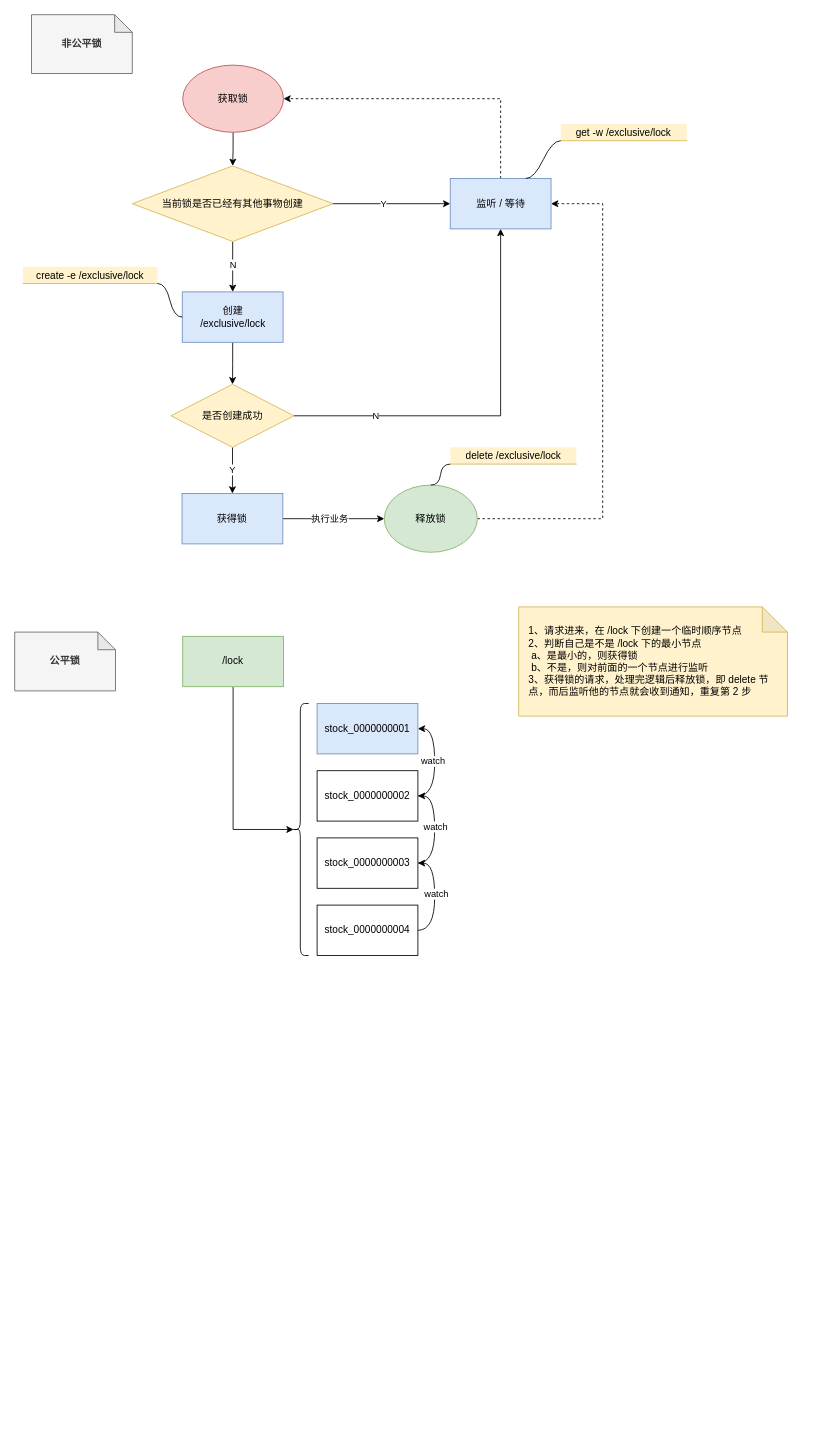
Before: zookeeper/zookeeper-lock.drawio in thebesteric/draw.io, a draw.io diagram. Source tidied: cells renumbered, new cells numbered last; positions are measured from the earlier drawing's top-left corner, leaving out a move shared by most shapes. Both pictures are drawn from the tidied source at 84%, with x=0, y=0 at pixel (14, 14).
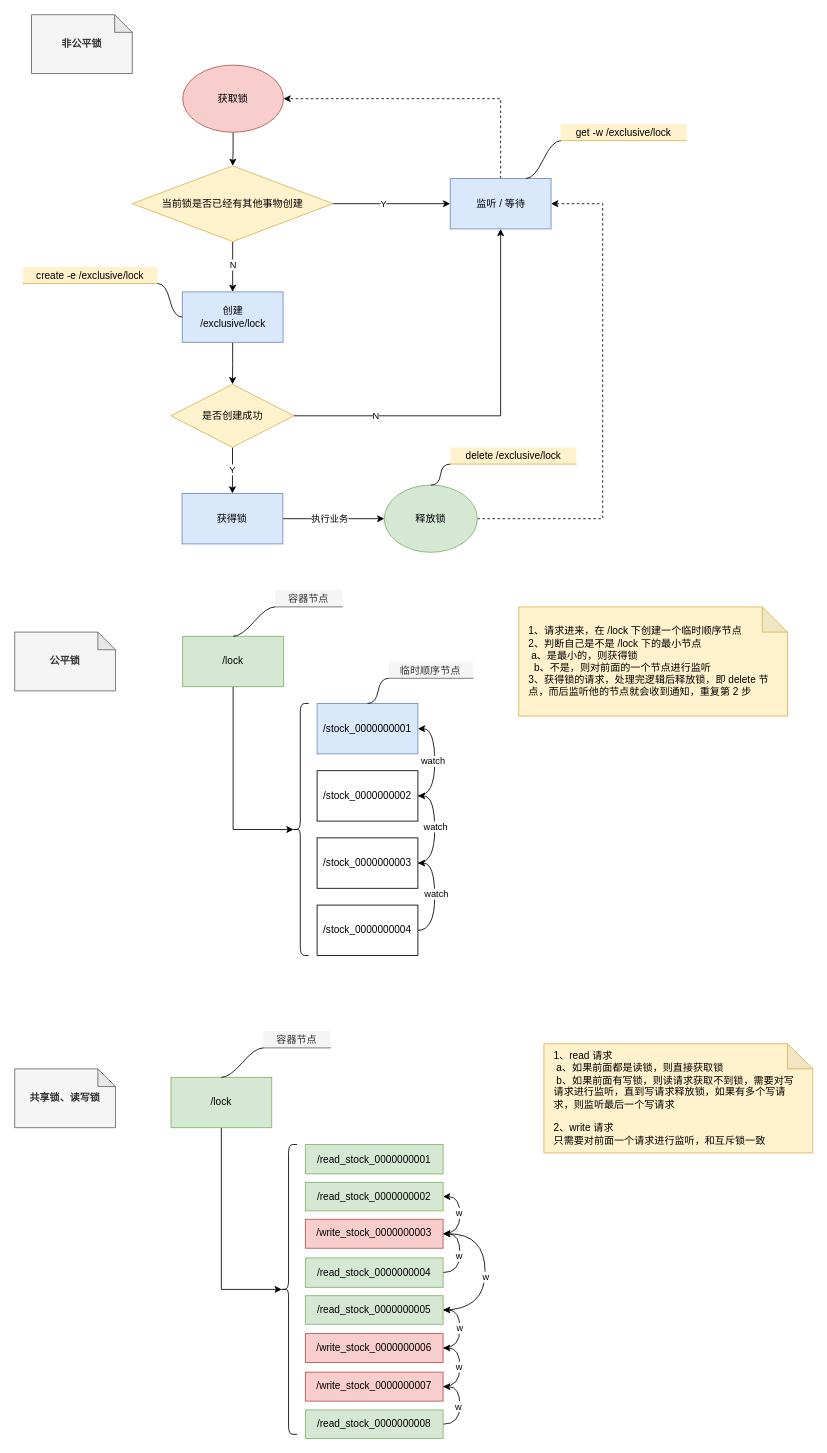
After the change.

Unchanged cells that the change refers to:
```xml
<mxCell id="31" value="/lock" style="rounded=0;whiteSpace=wrap;html=1;fillColor=#d5e8d4;strokeColor=#82b366;" parent="1" vertex="1">
  <mxGeometry x="200" y="740" width="120" height="60" as="geometry" />
</mxCell>
```

Diff of the diagram source:
```diff
@@
-    <mxCell id="32" value="stock_0000000001" style="rounded=0;whiteSpace=wrap;html=1;fillColor=#dae8fc;strokeColor=#6c8ebf;" parent="1" vertex="1">
+    <mxCell id="32" value="/stock_0000000001" style="rounded=0;whiteSpace=wrap;html=1;fillColor=#dae8fc;strokeColor=#6c8ebf;" parent="1" vertex="1">
       <mxGeometry x="360" y="820" width="120" height="60" as="geometry" />
     </mxCell>
@@
-    <mxCell id="35" value="stock_0000000002" style="rounded=0;whiteSpace=wrap;html=1;" parent="1" vertex="1">
+    <mxCell id="35" value="/stock_0000000002" style="rounded=0;whiteSpace=wrap;html=1;" parent="1" vertex="1">
       <mxGeometry x="360" y="900" width="120" height="60" as="geometry" />
     </mxCell>
@@
-    <mxCell id="38" value="stock_0000000003" style="rounded=0;whiteSpace=wrap;html=1;" parent="1" vertex="1">
+    <mxCell id="38" value="/stock_0000000003" style="rounded=0;whiteSpace=wrap;html=1;" parent="1" vertex="1">
       <mxGeometry x="360" y="980" width="120" height="60" as="geometry" />
     </mxCell>
@@
-    <mxCell id="41" value="stock_0000000004" style="rounded=0;whiteSpace=wrap;html=1;" parent="1" vertex="1">
+    <mxCell id="41" value="/stock_0000000004" style="rounded=0;whiteSpace=wrap;html=1;" parent="1" vertex="1">
       <mxGeometry x="360" y="1060" width="120" height="60" as="geometry" />
     </mxCell>
@@
-    <mxCell id="43" value="1、请求进来，在 /lock 下创建一个临时顺序节点&lt;br&gt;2、判断自己是不是 /lock 下的最小节点&lt;br&gt;&lt;span style=&quot;white-space: pre&quot;&gt; &lt;/span&gt;a、是最小的，则获得锁&lt;br&gt;&lt;span style=&quot;white-space: pre&quot;&gt; &lt;/span&gt;b、不是，则对前面的一个节点进行监听&lt;br&gt;3、获得锁的请求，处理完逻辑后释放锁，即 delete 节点，而后监听他的节点就会收到通知，重复第 2 步" style="shape=note;whiteSpace=wrap;html=1;backgroundOutline=1;darkOpacity=0.05;fillColor=#fff2cc;strokeColor=#d6b656;align=left;spacing=12;" parent="1" vertex="1">
+    <mxCell id="43" value="1、请求进来，在 /lock 下创建一个临时顺序节点&lt;br&gt;2、判断自己是不是 /lock 下的最小节点&lt;br&gt;&lt;span style=&quot;white-space: pre&quot;&gt; &lt;/span&gt;a、是最小的，则获得锁&lt;br&gt;&lt;span style=&quot;white-space: pre&quot;&gt; &lt;span style=&quot;white-space: pre&quot;&gt; &lt;/span&gt;&lt;/span&gt;b、不是，则对前面的一个节点进行监听&lt;br&gt;3、获得锁的请求，处理完逻辑后释放锁，即 delete 节点，而后监听他的节点就会收到通知，重复第 2 步" style="shape=note;whiteSpace=wrap;html=1;backgroundOutline=1;darkOpacity=0.05;fillColor=#fff2cc;strokeColor=#d6b656;align=left;spacing=12;" parent="1" vertex="1">
       <mxGeometry x="600" y="705" width="320" height="130" as="geometry" />
     </mxCell>
@@
+    <mxCell id="45" value="容器节点" style="whiteSpace=wrap;html=1;shape=partialRectangle;top=0;left=0;bottom=1;right=0;points=[[0,1],[1,1]];fillColor=#f5f5f5;align=center;verticalAlign=bottom;routingCenterY=0.5;snapToPoint=1;newEdgeStyle={&quot;edgeStyle&quot;:&quot;entityRelationEdgeStyle&quot;,&quot;startArrow&quot;:&quot;none&quot;,&quot;endArrow&quot;:&quot;none&quot;,&quot;segment&quot;:10,&quot;curved&quot;:1};fontColor=#333333;strokeColor=#666666;" parent="1" vertex="1">
+      <mxGeometry x="310" y="685" width="80" height="20" as="geometry" />
+    </mxCell>
+    <mxCell id="46" style="edgeStyle=entityRelationEdgeStyle;startArrow=none;endArrow=none;segment=10;curved=1;rounded=0;fontColor=#000000;exitX=0.5;exitY=0;exitDx=0;exitDy=0;" parent="1" edge="1" source="31" target="45">
+      <mxGeometry relative="1" as="geometry" />
+    </mxCell>
+    <mxCell id="47" value="临时顺序节点" style="whiteSpace=wrap;html=1;shape=partialRectangle;top=0;left=0;bottom=1;right=0;points=[[0,1],[1,1]];fillColor=#f5f5f5;align=center;verticalAlign=bottom;routingCenterY=0.5;snapToPoint=1;newEdgeStyle={&quot;edgeStyle&quot;:&quot;entityRelationEdgeStyle&quot;,&quot;startArrow&quot;:&quot;none&quot;,&quot;endArrow&quot;:&quot;none&quot;,&quot;segment&quot;:10,&quot;curved&quot;:1};fontColor=#333333;strokeColor=#666666;" parent="1" vertex="1">
+      <mxGeometry x="445.4" y="770" width="100" height="20" as="geometry" />
+    </mxCell>
+    <mxCell id="48" style="edgeStyle=entityRelationEdgeStyle;startArrow=none;endArrow=none;segment=10;curved=1;rounded=0;fontColor=#000000;exitX=0.5;exitY=0;exitDx=0;exitDy=0;" parent="1" edge="1" source="32" target="47">
+      <mxGeometry relative="1" as="geometry" />
+    </mxCell>
+    <mxCell id="49" style="edgeStyle=orthogonalEdgeStyle;rounded=0;jettySize=auto;html=1;exitX=0.5;exitY=1;exitDx=0;exitDy=0;entryX=0.1;entryY=0.5;entryDx=0;entryDy=0;entryPerimeter=0;" parent="1" edge="1" source="50" target="52">
+      <mxGeometry relative="1" as="geometry">
+        <Array as="points">
+          <mxPoint x="246" y="1518" />
+        </Array>
+      </mxGeometry>
+    </mxCell>
+    <mxCell id="50" value="/lock" style="rounded=0;whiteSpace=wrap;html=1;fillColor=#d5e8d4;strokeColor=#82b366;" parent="1" vertex="1">
+      <mxGeometry x="186" y="1265" width="120" height="60" as="geometry" />
+    </mxCell>
+    <mxCell id="51" value="/read_stock_0000000001" style="rounded=0;whiteSpace=wrap;html=1;fillColor=#d5e8d4;strokeColor=#82b366;" parent="1" vertex="1">
+      <mxGeometry x="346" y="1345" width="164" height="35" as="geometry" />
+    </mxCell>
+    <mxCell id="52" style="shape=curlyBracket;whiteSpace=wrap;html=1;rounded=1;" parent="1" vertex="1">
+      <mxGeometry x="316" y="1345" width="20" height="345" as="geometry" />
+    </mxCell>
+    <mxCell id="53" value="容器节点" style="whiteSpace=wrap;html=1;shape=partialRectangle;top=0;left=0;bottom=1;right=0;points=[[0,1],[1,1]];fillColor=#f5f5f5;align=center;verticalAlign=bottom;routingCenterY=0.5;snapToPoint=1;newEdgeStyle={&quot;edgeStyle&quot;:&quot;entityRelationEdgeStyle&quot;,&quot;startArrow&quot;:&quot;none&quot;,&quot;endArrow&quot;:&quot;none&quot;,&quot;segment&quot;:10,&quot;curved&quot;:1};fontColor=#333333;strokeColor=#666666;" parent="1" vertex="1">
+      <mxGeometry x="296" y="1210" width="80" height="20" as="geometry" />
+    </mxCell>
+    <mxCell id="54" style="edgeStyle=entityRelationEdgeStyle;startArrow=none;endArrow=none;segment=10;curved=1;rounded=0;fontColor=#000000;exitX=0.5;exitY=0;exitDx=0;exitDy=0;" parent="1" edge="1" source="50" target="53">
+      <mxGeometry relative="1" as="geometry" />
+    </mxCell>
+    <mxCell id="55" value="共享锁、读写锁" style="shape=note;whiteSpace=wrap;html=1;backgroundOutline=1;darkOpacity=0.05;size=21;fillColor=#f5f5f5;fontColor=#333333;strokeColor=#666666;fontStyle=1;" parent="1" vertex="1">
+      <mxGeometry y="1255" width="120" height="70" as="geometry" />
+    </mxCell>
+    <mxCell id="56" value="/read_stock_0000000002" style="rounded=0;whiteSpace=wrap;html=1;fillColor=#d5e8d4;strokeColor=#82b366;" parent="1" vertex="1">
+      <mxGeometry x="346" y="1390" width="164" height="34" as="geometry" />
+    </mxCell>
+    <mxCell id="57" style="edgeStyle=orthogonalEdgeStyle;curved=1;rounded=0;jettySize=auto;html=1;exitX=1;exitY=0.5;exitDx=0;exitDy=0;entryX=1;entryY=0.5;entryDx=0;entryDy=0;" parent="1" edge="1" source="59" target="56">
+      <mxGeometry relative="1" as="geometry" />
+    </mxCell>
+    <mxCell id="58" value="w" style="edgeLabel;html=1;align=center;verticalAlign=middle;" parent="57" vertex="1">
+      <mxGeometry x="0.07" y="2" relative="1" as="geometry" />
+    </mxCell>
+    <mxCell id="59" value="/write_stock_0000000003" style="rounded=0;whiteSpace=wrap;html=1;fillColor=#f8cecc;strokeColor=#b85450;" parent="1" vertex="1">
+      <mxGeometry x="346" y="1434" width="164" height="34.5" as="geometry" />
+    </mxCell>
+    <mxCell id="60" style="edgeStyle=orthogonalEdgeStyle;curved=1;rounded=0;jettySize=auto;html=1;exitX=1;exitY=0.5;exitDx=0;exitDy=0;entryX=1;entryY=0.5;entryDx=0;entryDy=0;" parent="1" edge="1" source="62" target="59">
+      <mxGeometry relative="1" as="geometry" />
+    </mxCell>
+    <mxCell id="61" value="w" style="edgeLabel;html=1;align=center;verticalAlign=middle;" parent="60" vertex="1">
+      <mxGeometry x="-0.04" y="2" relative="1" as="geometry">
+        <mxPoint y="1" as="offset" />
+      </mxGeometry>
+    </mxCell>
+    <mxCell id="62" value="/read_stock_0000000004" style="rounded=0;whiteSpace=wrap;html=1;fillColor=#d5e8d4;strokeColor=#82b366;" parent="1" vertex="1">
+      <mxGeometry x="346" y="1480" width="164" height="35" as="geometry" />
+    </mxCell>
+    <mxCell id="63" style="edgeStyle=orthogonalEdgeStyle;curved=1;rounded=0;jettySize=auto;html=1;exitX=1;exitY=0.5;exitDx=0;exitDy=0;entryX=1;entryY=0.5;entryDx=0;entryDy=0;" parent="1" edge="1" source="65" target="59">
+      <mxGeometry relative="1" as="geometry">
+        <Array as="points">
+          <mxPoint x="560" y="1542" />
+          <mxPoint x="560" y="1451" />
+        </Array>
+      </mxGeometry>
+    </mxCell>
+    <mxCell id="64" value="w" style="edgeLabel;html=1;align=center;verticalAlign=middle;" parent="63" vertex="1">
+      <mxGeometry x="-0.06" relative="1" as="geometry" />
+    </mxCell>
+    <mxCell id="65" value="/read_stock_0000000005" style="rounded=0;whiteSpace=wrap;html=1;fillColor=#d5e8d4;strokeColor=#82b366;" parent="1" vertex="1">
+      <mxGeometry x="346" y="1525" width="164" height="34" as="geometry" />
+    </mxCell>
+    <mxCell id="66" style="edgeStyle=orthogonalEdgeStyle;curved=1;rounded=0;jettySize=auto;html=1;exitX=1;exitY=0.5;exitDx=0;exitDy=0;entryX=1;entryY=0.5;entryDx=0;entryDy=0;" parent="1" edge="1" source="68" target="65">
+      <mxGeometry relative="1" as="geometry" />
+    </mxCell>
+    <mxCell id="67" value="w" style="edgeLabel;html=1;align=center;verticalAlign=middle;" parent="66" vertex="1">
+      <mxGeometry x="0.04" y="1" relative="1" as="geometry" />
+    </mxCell>
+    <mxCell id="68" value="/write_stock_0000000006" style="rounded=0;whiteSpace=wrap;html=1;fillColor=#f8cecc;strokeColor=#b85450;" parent="1" vertex="1">
+      <mxGeometry x="346" y="1570" width="164" height="34.5" as="geometry" />
+    </mxCell>
+    <mxCell id="69" style="edgeStyle=orthogonalEdgeStyle;curved=1;rounded=0;jettySize=auto;html=1;exitX=1;exitY=0.5;exitDx=0;exitDy=0;entryX=1;entryY=0.5;entryDx=0;entryDy=0;" parent="1" edge="1" source="71" target="68">
+      <mxGeometry relative="1" as="geometry" />
+    </mxCell>
+    <mxCell id="70" value="w" style="edgeLabel;html=1;align=center;verticalAlign=middle;" parent="69" vertex="1">
+      <mxGeometry x="0.03" y="2" relative="1" as="geometry" />
+    </mxCell>
+    <mxCell id="71" value="/write_stock_0000000007" style="rounded=0;whiteSpace=wrap;html=1;fillColor=#f8cecc;strokeColor=#b85450;" parent="1" vertex="1">
+      <mxGeometry x="346" y="1616" width="164" height="34.5" as="geometry" />
+    </mxCell>
+    <mxCell id="72" style="edgeStyle=orthogonalEdgeStyle;curved=1;rounded=0;jettySize=auto;html=1;exitX=1;exitY=0.5;exitDx=0;exitDy=0;entryX=1;entryY=0.5;entryDx=0;entryDy=0;" parent="1" edge="1" source="74" target="71">
+      <mxGeometry relative="1" as="geometry" />
+    </mxCell>
+    <mxCell id="73" value="w" style="edgeLabel;html=1;align=center;verticalAlign=middle;" parent="72" vertex="1">
+      <mxGeometry x="-0.01" y="3" relative="1" as="geometry" />
+    </mxCell>
+    <mxCell id="74" value="/read_stock_0000000008" style="rounded=0;whiteSpace=wrap;html=1;fillColor=#d5e8d4;strokeColor=#82b366;" parent="1" vertex="1">
+      <mxGeometry x="346" y="1661" width="164" height="34" as="geometry" />
+    </mxCell>
+    <mxCell id="75" value="1、read 请求&lt;br&gt;&lt;span&gt; &lt;/span&gt;&lt;span style=&quot;white-space: pre&quot;&gt; &lt;/span&gt;a、如果前面都是读锁，则直接获取锁&lt;br&gt;&lt;span style=&quot;white-space: pre&quot;&gt; &lt;/span&gt;b、如果前面有写锁，则读请求获取不到锁，需要对写请求进行监听，直到写请求释放锁，如果有多个写请求，则监听最后一个写请求&lt;br&gt;&lt;br&gt;2、write 请求&lt;br&gt;只需要对前面一个请求进行监听，和互斥锁一致" style="shape=note;whiteSpace=wrap;html=1;backgroundOutline=1;darkOpacity=0.05;fillColor=#fff2cc;strokeColor=#d6b656;align=left;spacing=12;" parent="1" vertex="1">
+      <mxGeometry x="630" y="1225" width="320" height="130" as="geometry" />
+    </mxCell>
```
